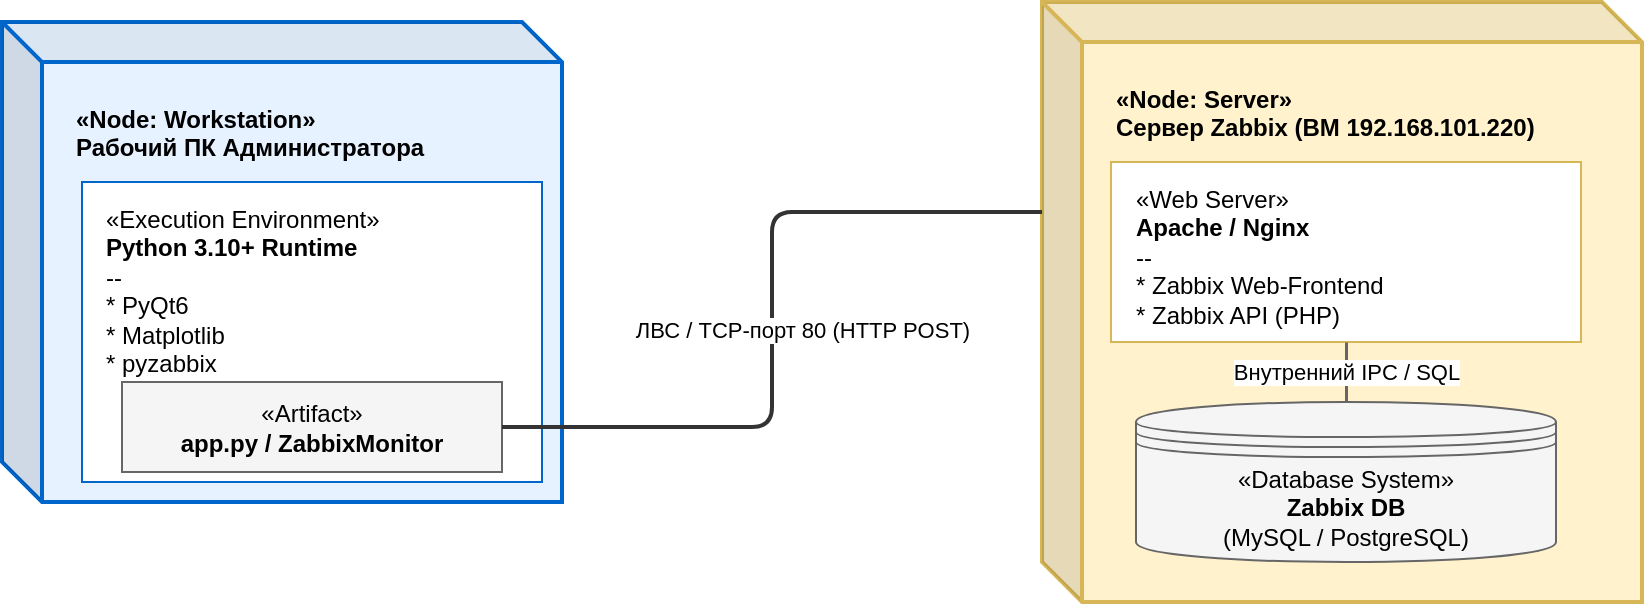
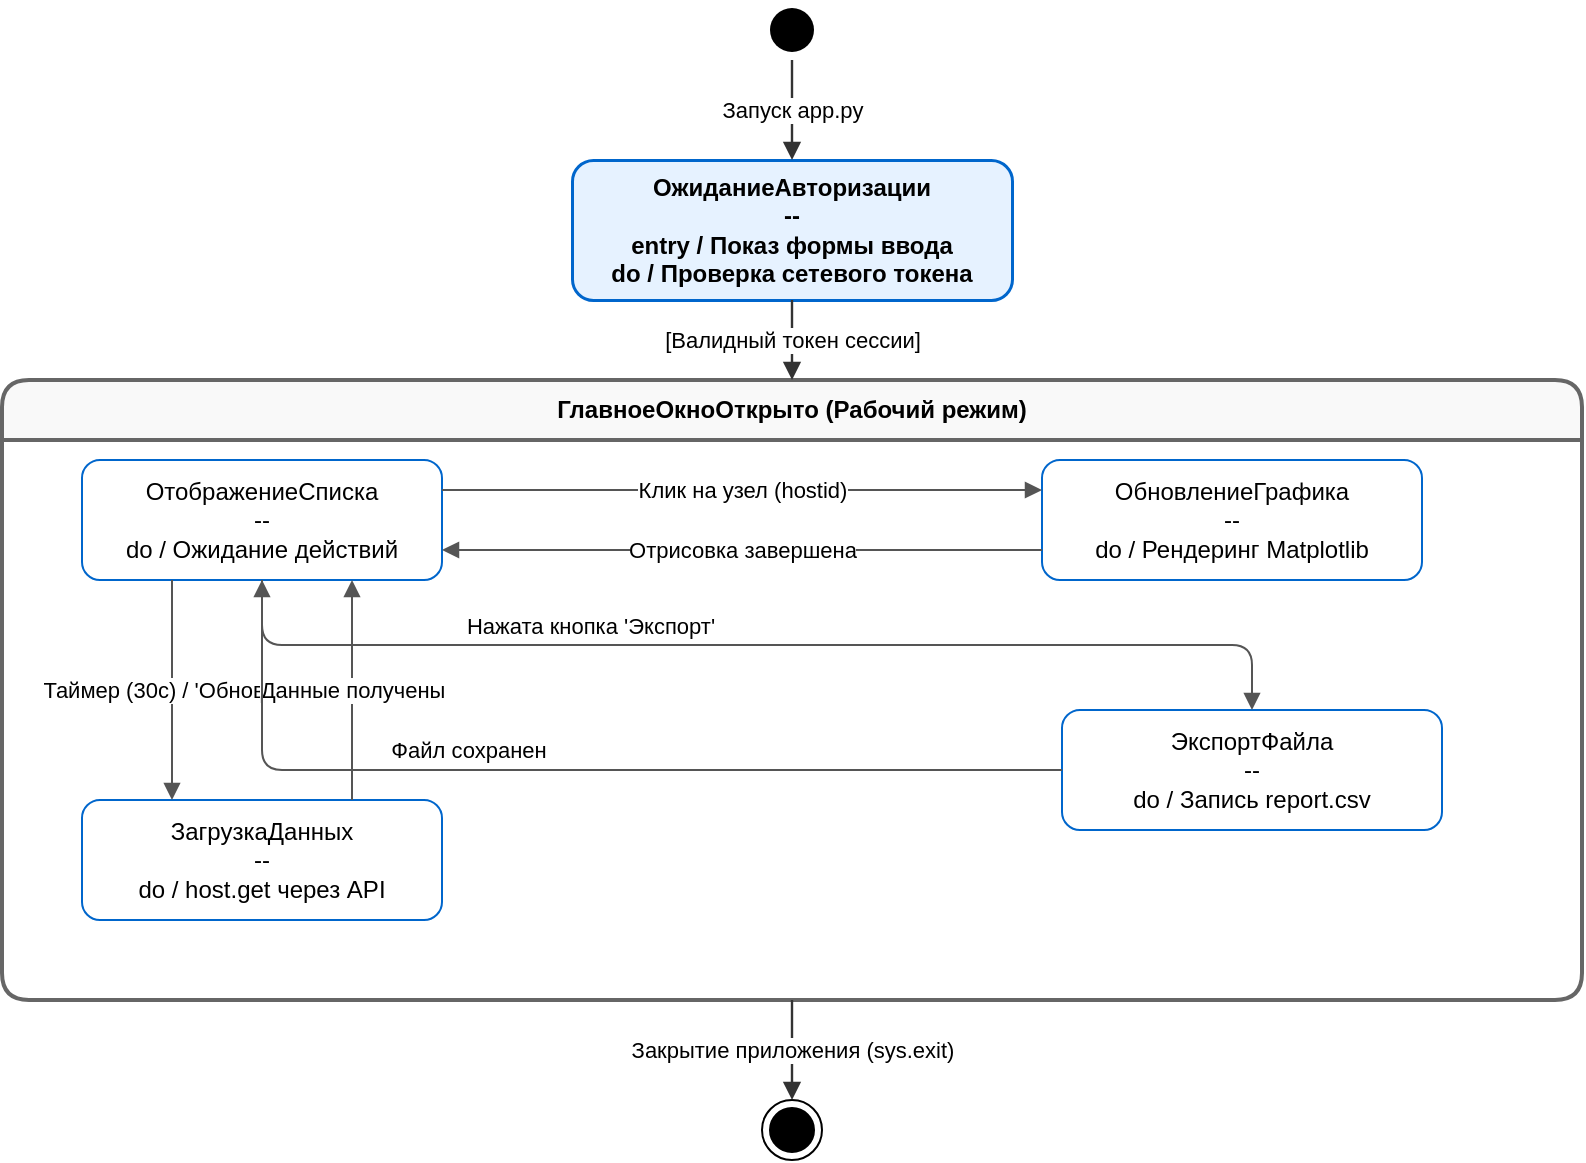
<mxfile host="app.diagrams.net">
-   <diagram name="Диаграмма развертываний" id="65SV-HAAZTgRo7S4jJKr">
-     <mxGraphModel dx="1654" dy="927" grid="1" gridSize="10" guides="1" tooltips="1" connect="1" arrows="1" fold="1" page="1" pageScale="1" pageWidth="827" pageHeight="1169" math="0" shadow="0">
+   <diagram name="Диаграмма состояний" id="0DQLT2ZicddDiXI1nfq3">
+     <mxGraphModel dx="2343" dy="1313" grid="1" gridSize="10" guides="1" tooltips="1" connect="1" arrows="1" fold="1" page="1" pageScale="1" pageWidth="827" pageHeight="1169" math="0" shadow="0">
      <root>
        <mxCell id="0" />
        <mxCell id="1" parent="0" />
-         <mxCell id="gegtC7HxZWgpFShu-0Bw-42" parent="1" style="shape=cube;whiteSpace=wrap;html=1;boundedLbl=1;backgroundOutline=1;darkOpacity=0.05;darkOpacity2=0.1;fillColor=#E6F2FF;strokeColor=#0066CC;strokeWidth=2;align=left;verticalAlign=top;spacingTop=15;spacingLeft=15;fontStyle=1;" value="«Node: Workstation»&#xa;&lt;b&gt;Рабочий ПК Администратора&lt;/b&gt;" vertex="1">
-           <mxGeometry height="240" width="280" x="220" y="600" as="geometry" />
+         <mxCell id="Ppi__LZTw6gB4fZB3ja5-265" parent="1" style="ellipse;html=1;shape=startState;fillColor=#000000;strokeColor=none;" value="" vertex="1">
+           <mxGeometry height="30" width="30" x="730" y="570" as="geometry" />
        </mxCell>
-         <mxCell id="gegtC7HxZWgpFShu-0Bw-43" parent="gegtC7HxZWgpFShu-0Bw-42" style="html=1;whiteSpace=wrap;fillColor=#FFFFFF;strokeColor=#0066CC;align=left;verticalAlign=top;spacingLeft=10;spacingTop=5;" value="«Execution Environment»&#xa;&lt;b&gt;Python 3.10+ Runtime&lt;/b&gt;&#xa;--&#xa;* PyQt6&#xa;* Matplotlib&#xa;* pyzabbix" vertex="1">
-           <mxGeometry height="150" width="230" x="40" y="80" as="geometry" />
+         <mxCell id="Ppi__LZTw6gB4fZB3ja5-266" parent="1" style="html=1;whiteSpace=wrap;rounded=1;fontStyle=1;fillColor=#E6F2FF;strokeColor=#0066CC;strokeWidth=1.5;align=center;" value="ОжиданиеАвторизации&#xa;--&#xa;entry / Показ формы ввода&#xa;do / Проверка сетевого токена" vertex="1">
+           <mxGeometry height="70" width="220" x="635" y="650" as="geometry" />
        </mxCell>
-         <mxCell id="gegtC7HxZWgpFShu-0Bw-44" parent="gegtC7HxZWgpFShu-0Bw-43" style="html=1;whiteSpace=wrap;fillColor=#F5F5F5;strokeColor=#666666;" value="«Artifact»&#xa;&lt;b&gt;app.py / ZabbixMonitor&lt;/b&gt;" vertex="1">
-           <mxGeometry height="45" width="190" x="20" y="100" as="geometry" />
+         <mxCell id="Ppi__LZTw6gB4fZB3ja5-267" parent="1" style="swimlane;whiteSpace=wrap;html=1;rounded=1;fillColor=#F9F9F9;strokeColor=#666666;strokeWidth=2;startSize=30;fontStyle=1;" value="ГлавноеОкноОткрыто (Рабочий режим)" vertex="1">
+           <mxGeometry height="310" width="790" x="350" y="760" as="geometry" />
        </mxCell>
-         <mxCell id="gegtC7HxZWgpFShu-0Bw-45" parent="1" style="shape=cube;whiteSpace=wrap;html=1;boundedLbl=1;backgroundOutline=1;darkOpacity=0.05;darkOpacity2=0.1;fillColor=#FFF2CC;strokeColor=#D6B656;strokeWidth=2;align=left;verticalAlign=top;spacingTop=15;spacingLeft=15;fontStyle=1;" value="«Node: Server»&#xa;&lt;b&gt;Сервер Zabbix (ВМ 192.168.101.220)&lt;/b&gt;" vertex="1">
-           <mxGeometry height="300" width="300" x="740" y="590" as="geometry" />
+         <mxCell id="Ppi__LZTw6gB4fZB3ja5-268" parent="Ppi__LZTw6gB4fZB3ja5-267" style="html=1;whiteSpace=wrap;rounded=1;fillColor=#FFFFFF;strokeColor=#0066CC;align=center;" value="ОтображениеСписка&#xa;--&#xa;do / Ожидание действий" vertex="1">
+           <mxGeometry height="60" width="180" x="40" y="40" as="geometry" />
        </mxCell>
-         <mxCell id="gegtC7HxZWgpFShu-0Bw-46" parent="gegtC7HxZWgpFShu-0Bw-45" style="html=1;whiteSpace=wrap;fillColor=#FFFFFF;strokeColor=#D6B656;align=left;verticalAlign=top;spacingLeft=10;spacingTop=5;" value="«Web Server»&#xa;&lt;b&gt;Apache / Nginx&lt;/b&gt;&#xa;--&#xa;* Zabbix Web-Frontend&#xa;* Zabbix API (PHP)" vertex="1">
-           <mxGeometry height="90" width="235" x="34.5" y="80" as="geometry" />
+         <mxCell id="Ppi__LZTw6gB4fZB3ja5-269" parent="Ppi__LZTw6gB4fZB3ja5-267" style="html=1;whiteSpace=wrap;rounded=1;fillColor=#FFFFFF;strokeColor=#0066CC;align=center;" value="ЗагрузкаДанных&#xa;--&#xa;do / host.get через API" vertex="1">
+           <mxGeometry height="60" width="180" x="40" y="210" as="geometry" />
        </mxCell>
-         <mxCell id="gegtC7HxZWgpFShu-0Bw-47" parent="gegtC7HxZWgpFShu-0Bw-45" style="shape=datastore;whiteSpace=wrap;html=1;fillColor=#F5F5F5;strokeColor=#666666;align=center;" value="«Database System»&#xa;&lt;b&gt;Zabbix DB&lt;/b&gt;&#xa;(MySQL / PostgreSQL)" vertex="1">
-           <mxGeometry height="80" width="210" x="47" y="200" as="geometry" />
+         <mxCell id="Ppi__LZTw6gB4fZB3ja5-270" parent="Ppi__LZTw6gB4fZB3ja5-267" style="html=1;whiteSpace=wrap;rounded=1;fillColor=#FFFFFF;strokeColor=#0066CC;align=center;" value="ОбновлениеГрафика&#xa;--&#xa;do / Рендеринг Matplotlib" vertex="1">
+           <mxGeometry height="60" width="190" x="520" y="40" as="geometry" />
        </mxCell>
-         <mxCell id="gegtC7HxZWgpFShu-0Bw-48" edge="1" parent="gegtC7HxZWgpFShu-0Bw-45" source="gegtC7HxZWgpFShu-0Bw-46" style="endArrow=none;html=1;strokeWidth=1.5;strokeColor=#666666;exitX=0.5;exitY=1;entryX=0.5;entryY=0;" target="gegtC7HxZWgpFShu-0Bw-47" value="Внутренний IPC / SQL">
+         <mxCell id="Ppi__LZTw6gB4fZB3ja5-271" parent="Ppi__LZTw6gB4fZB3ja5-267" style="html=1;whiteSpace=wrap;rounded=1;fillColor=#FFFFFF;strokeColor=#0066CC;align=center;" value="ЭкспортФайла&#xa;--&#xa;do / Запись report.csv" vertex="1">
+           <mxGeometry height="60" width="190" x="530" y="165" as="geometry" />
+         </mxCell>
+         <mxCell id="Ppi__LZTw6gB4fZB3ja5-272" edge="1" parent="Ppi__LZTw6gB4fZB3ja5-267" source="Ppi__LZTw6gB4fZB3ja5-268" style="endArrow=block;endFill=1;html=1;strokeColor=#555555;exitX=0.25;exitY=1;entryX=0.25;entryY=0;edgeStyle=orthogonalEdgeStyle;" target="Ppi__LZTw6gB4fZB3ja5-269" value="Таймер (30с) / &#39;Обновить&#39;">
          <mxGeometry relative="1" as="geometry" />
        </mxCell>
-         <mxCell id="gegtC7HxZWgpFShu-0Bw-49" edge="1" parent="1" source="gegtC7HxZWgpFShu-0Bw-44" style="endArrow=none;html=1;strokeWidth=2;strokeColor=#333333;exitX=1;exitY=0.5;entryX=0;entryY=0.35;entryPerimeter=0;edgeStyle=orthogonalEdgeStyle;" target="gegtC7HxZWgpFShu-0Bw-45" value="ЛВС / TCP-порт 80 (HTTP POST)">
-           <mxGeometry relative="1" x="-0.027" y="-15" as="geometry">
+         <mxCell id="Ppi__LZTw6gB4fZB3ja5-273" edge="1" parent="Ppi__LZTw6gB4fZB3ja5-267" source="Ppi__LZTw6gB4fZB3ja5-269" style="endArrow=block;endFill=1;html=1;strokeColor=#555555;exitX=0.75;exitY=0;entryX=0.75;entryY=1;edgeStyle=orthogonalEdgeStyle;" target="Ppi__LZTw6gB4fZB3ja5-268" value="Данные получены">
+           <mxGeometry relative="1" as="geometry" />
+         </mxCell>
+         <mxCell id="Ppi__LZTw6gB4fZB3ja5-274" edge="1" parent="Ppi__LZTw6gB4fZB3ja5-267" source="Ppi__LZTw6gB4fZB3ja5-268" style="endArrow=block;endFill=1;html=1;strokeColor=#555555;exitX=1;exitY=0.25;entryX=0;entryY=0.25;" target="Ppi__LZTw6gB4fZB3ja5-270" value="Клик на узел (hostid)">
+           <mxGeometry relative="1" as="geometry" />
+         </mxCell>
+         <mxCell id="Ppi__LZTw6gB4fZB3ja5-275" edge="1" parent="Ppi__LZTw6gB4fZB3ja5-267" source="Ppi__LZTw6gB4fZB3ja5-270" style="endArrow=block;endFill=1;html=1;strokeColor=#555555;exitX=0;exitY=0.75;entryX=1;entryY=0.75;" target="Ppi__LZTw6gB4fZB3ja5-268" value="Отрисовка завершена">
+           <mxGeometry relative="1" as="geometry" />
+         </mxCell>
+         <mxCell id="Ppi__LZTw6gB4fZB3ja5-276" edge="1" parent="Ppi__LZTw6gB4fZB3ja5-267" source="Ppi__LZTw6gB4fZB3ja5-268" style="endArrow=block;endFill=1;html=1;strokeColor=#555555;exitX=0.5;exitY=1;entryX=0.5;entryY=0;edgeStyle=orthogonalEdgeStyle;" target="Ppi__LZTw6gB4fZB3ja5-271" value="Нажата кнопка &#39;Экспорт&#39;">
+           <mxGeometry relative="1" x="-0.3" y="10" as="geometry">
            <mxPoint as="offset" />
          </mxGeometry>
+         </mxCell>
+         <mxCell id="Ppi__LZTw6gB4fZB3ja5-277" edge="1" parent="Ppi__LZTw6gB4fZB3ja5-267" source="Ppi__LZTw6gB4fZB3ja5-271" style="endArrow=block;endFill=1;html=1;strokeColor=#555555;exitX=0;exitY=0.5;entryX=0.5;entryY=1;edgeStyle=orthogonalEdgeStyle;" target="Ppi__LZTw6gB4fZB3ja5-268" value="Файл сохранен">
+           <mxGeometry relative="1" x="0.2" y="-10" as="geometry">
+             <mxPoint as="offset" />
+           </mxGeometry>
+         </mxCell>
+         <mxCell id="Ppi__LZTw6gB4fZB3ja5-278" parent="1" style="ellipse;html=1;shape=endState;fillColor=#000000;strokeColor=#000000;" value="" vertex="1">
+           <mxGeometry height="30" width="30" x="730" y="1120" as="geometry" />
+         </mxCell>
+         <mxCell id="Ppi__LZTw6gB4fZB3ja5-279" edge="1" parent="1" source="Ppi__LZTw6gB4fZB3ja5-265" style="endArrow=block;endFill=1;html=1;strokeColor=#333333;strokeWidth=1.2;exitX=0.5;exitY=1;entryX=0.5;entryY=0;" target="Ppi__LZTw6gB4fZB3ja5-266" value="Запуск app.py">
+           <mxGeometry relative="1" as="geometry" />
+         </mxCell>
+         <mxCell id="Ppi__LZTw6gB4fZB3ja5-280" edge="1" parent="1" source="Ppi__LZTw6gB4fZB3ja5-266" style="endArrow=block;endFill=1;html=1;strokeColor=#333333;strokeWidth=1.2;exitX=0.5;exitY=1;entryX=0.5;entryY=0;" target="Ppi__LZTw6gB4fZB3ja5-267" value="[Валидный токен сессии]">
+           <mxGeometry relative="1" as="geometry" />
+         </mxCell>
+         <mxCell id="Ppi__LZTw6gB4fZB3ja5-281" edge="1" parent="1" source="Ppi__LZTw6gB4fZB3ja5-267" style="endArrow=block;endFill=1;html=1;strokeColor=#333333;strokeWidth=1.2;exitX=0.5;exitY=1;entryX=0.5;entryY=0;" target="Ppi__LZTw6gB4fZB3ja5-278" value="Закрытие приложения (sys.exit)">
+           <mxGeometry relative="1" as="geometry" />
        </mxCell>
      </root>
    </mxGraphModel>
  </diagram>
</mxfile>
